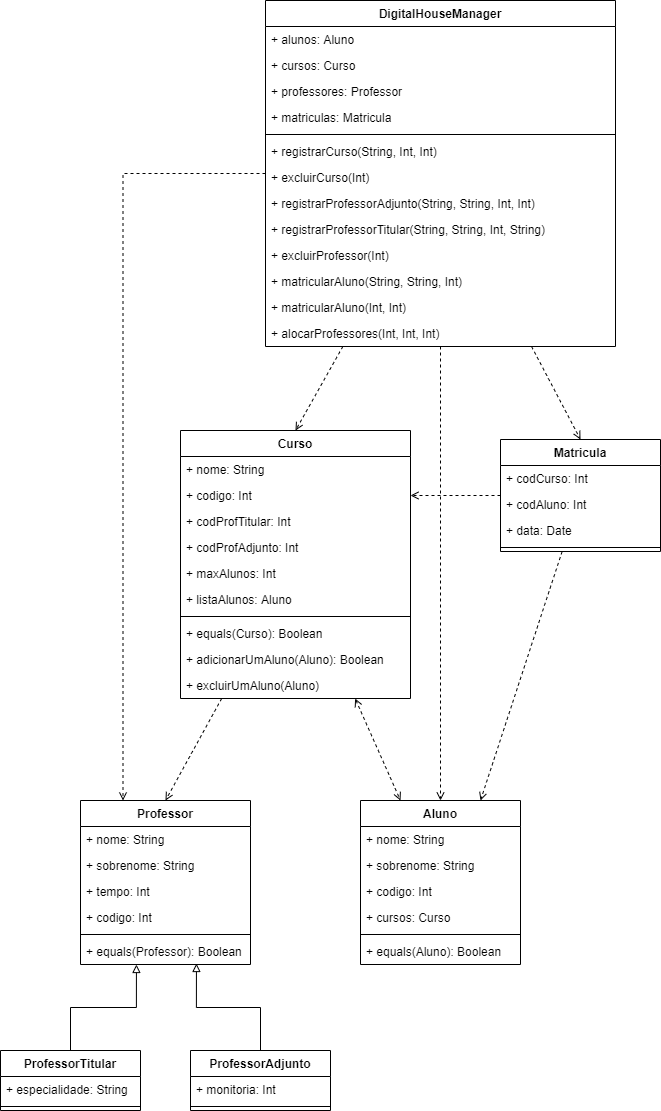
Before: 13 - Desafio Kotlin/Diagrama/diagrama.png, a diagram exported from draw.io (costadaniel/digital-house). Source tidied: cells renumbered, new cells last; positions are measured from the earlier drawing's top-left corner, leaving out a move shared by most shapes.
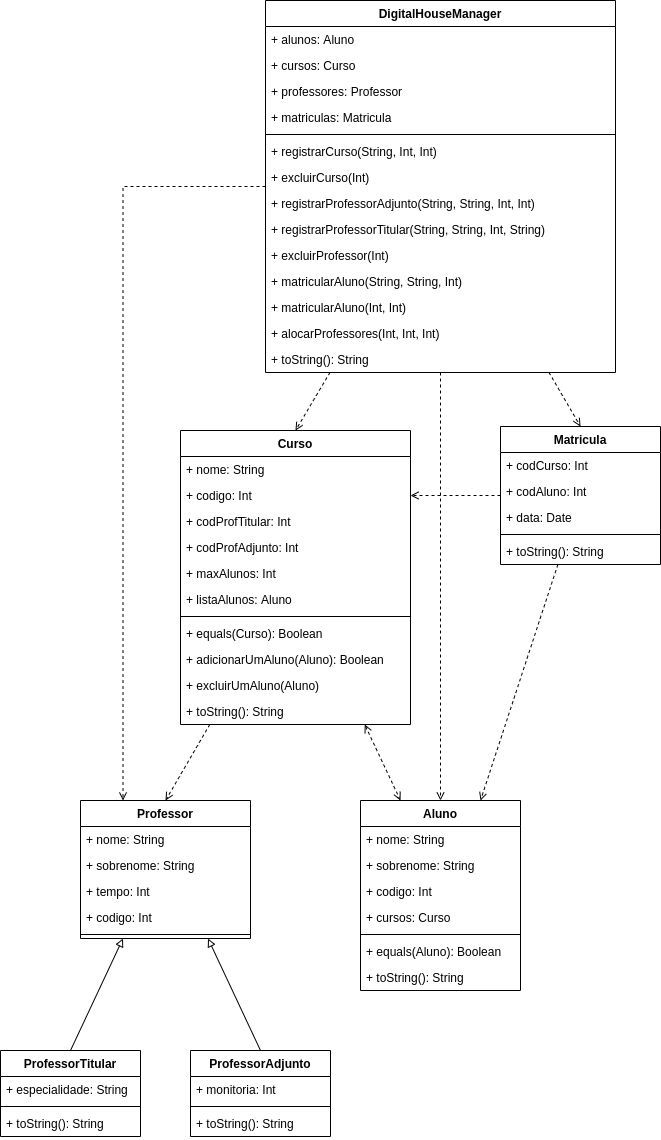
After the commit.

Commit message:
uml atualizado

What changed in the source:
```diff
@@ -2,18 +2,18 @@
   <root>
     <mxCell id="0" />
     <mxCell id="1" parent="0" />
-    <mxCell id="2" style="edgeStyle=orthogonalEdgeStyle;rounded=0;jettySize=auto;html=1;exitX=0.5;exitY=0;exitDx=0;exitDy=0;entryX=0.682;entryY=0.962;entryDx=0;entryDy=0;entryPerimeter=0;endArrow=block;endFill=0;" parent="1" edge="1" source="59" target="48">
-      <mxGeometry relative="1" as="geometry" />
-    </mxCell>
+    <mxCell id="62" style="rounded=0;jettySize=auto;html=1;exitX=0.5;exitY=0;exitDx=0;exitDy=0;entryX=0.75;entryY=1;entryDx=0;entryDy=0;endArrow=block;endFill=0;" parent="1" edge="1" source="59" target="42">
+      <mxGeometry relative="1" as="geometry" />
+    </mxCell>
     <mxCell id="3" style="rounded=0;jettySize=auto;html=1;entryX=0.5;entryY=0;entryDx=0;entryDy=0;endArrow=open;endFill=0;dashed=1;" parent="1" edge="1" source="12" target="42">
       <mxGeometry relative="1" as="geometry" />
     </mxCell>
     <mxCell id="4" style="edgeStyle=none;rounded=0;jettySize=auto;html=1;entryX=0.25;entryY=0;entryDx=0;entryDy=0;dashed=1;endArrow=open;endFill=0;startArrow=open;startFill=0;" parent="1" edge="1" source="12" target="49">
       <mxGeometry relative="1" as="geometry" />
     </mxCell>
-    <mxCell id="5" style="edgeStyle=orthogonalEdgeStyle;rounded=0;jettySize=auto;html=1;exitX=0.5;exitY=0;exitDx=0;exitDy=0;entryX=0.329;entryY=1;entryDx=0;entryDy=0;entryPerimeter=0;endArrow=block;endFill=0;" parent="1" edge="1" source="56" target="48">
-      <mxGeometry relative="1" as="geometry" />
-    </mxCell>
+    <mxCell id="63" style="rounded=0;jettySize=auto;html=1;exitX=0.5;exitY=0;exitDx=0;exitDy=0;entryX=0.25;entryY=1;entryDx=0;entryDy=0;endArrow=block;endFill=0;" parent="1" edge="1" source="56" target="42">
+      <mxGeometry relative="1" as="geometry" />
+    </mxCell>
     <mxCell id="6" style="edgeStyle=none;rounded=0;jettySize=auto;html=1;entryX=0.5;entryY=0;entryDx=0;entryDy=0;dashed=1;endArrow=open;endFill=0;" parent="1" edge="1" source="28" target="23">
       <mxGeometry relative="1" as="geometry" />
     </mxCell>
@@ -33,7 +33,7 @@
       <mxGeometry relative="1" as="geometry" />
     </mxCell>
     <mxCell id="12" value="Curso" style="swimlane;fontStyle=1;align=center;verticalAlign=top;horizontal=1;startSize=26;" parent="1" vertex="1">
-      <mxGeometry x="180" y="430" width="230" height="268" as="geometry" />
+      <mxGeometry x="180" y="430" width="230" height="294" as="geometry" />
     </mxCell>
     <mxCell id="13" value="+ nome: String" style="text;strokeColor=none;fillColor=none;align=left;verticalAlign=top;spacingLeft=4;spacingRight=4;overflow=hidden;" parent="12" vertex="1">
       <mxGeometry y="26" width="230" height="26" as="geometry" />
@@ -65,23 +65,11 @@
     <mxCell id="22" value="+ excluirUmAluno(Aluno)" style="text;strokeColor=none;fillColor=none;align=left;verticalAlign=top;spacingLeft=4;spacingRight=4;overflow=hidden;" parent="12" vertex="1">
       <mxGeometry y="242" width="230" height="26" as="geometry" />
     </mxCell>
-    <mxCell id="23" value="Matricula" style="swimlane;fontStyle=1;align=center;verticalAlign=top;horizontal=1;startSize=26;" parent="1" vertex="1">
-      <mxGeometry x="500" y="439" width="160" height="112" as="geometry" />
-    </mxCell>
-    <mxCell id="24" value="+ codCurso: Int" style="text;strokeColor=none;fillColor=none;align=left;verticalAlign=top;spacingLeft=4;spacingRight=4;overflow=hidden;" parent="23" vertex="1">
-      <mxGeometry y="26" width="160" height="26" as="geometry" />
-    </mxCell>
-    <mxCell id="25" value="+ codAluno: Int" style="text;strokeColor=none;fillColor=none;align=left;verticalAlign=top;spacingLeft=4;spacingRight=4;overflow=hidden;" parent="23" vertex="1">
-      <mxGeometry y="52" width="160" height="26" as="geometry" />
-    </mxCell>
-    <mxCell id="26" value="+ data: Date" style="text;strokeColor=none;fillColor=none;align=left;verticalAlign=top;spacingLeft=4;spacingRight=4;overflow=hidden;" parent="23" vertex="1">
-      <mxGeometry y="78" width="160" height="26" as="geometry" />
-    </mxCell>
-    <mxCell id="27" style="line;strokeWidth=1;fillColor=none;align=left;verticalAlign=middle;spacingTop=-1;spacingLeft=3;spacingRight=3;labelPosition=right;" parent="23" vertex="1">
-      <mxGeometry y="104" width="160" height="8" as="geometry" />
-    </mxCell>
+    <mxCell id="64" value="+ toString(): String" style="text;strokeColor=none;fillColor=none;align=left;verticalAlign=top;spacingLeft=4;spacingRight=4;overflow=hidden;" parent="12" vertex="1">
+      <mxGeometry y="268" width="230" height="26" as="geometry" />
+    </mxCell>
     <mxCell id="28" value="DigitalHouseManager" style="swimlane;fontStyle=1;align=center;verticalAlign=top;horizontal=1;startSize=26;" parent="1" vertex="1">
-      <mxGeometry x="265" width="350" height="346" as="geometry" />
+      <mxGeometry x="265" width="350" height="372" as="geometry" />
     </mxCell>
     <mxCell id="29" value="+ alunos: Aluno" style="text;strokeColor=none;fillColor=none;align=left;verticalAlign=top;spacingLeft=4;spacingRight=4;overflow=hidden;" parent="28" vertex="1">
       <mxGeometry y="26" width="350" height="26" as="geometry" />
@@ -122,8 +110,11 @@
     <mxCell id="41" value="+ alocarProfessores(Int, Int, Int)" style="text;strokeColor=none;fillColor=none;align=left;verticalAlign=top;spacingLeft=4;spacingRight=4;overflow=hidden;" parent="28" vertex="1">
       <mxGeometry y="320" width="350" height="26" as="geometry" />
     </mxCell>
+    <mxCell id="65" value="+ toString(): String" style="text;strokeColor=none;fillColor=none;align=left;verticalAlign=top;spacingLeft=4;spacingRight=4;overflow=hidden;" parent="28" vertex="1">
+      <mxGeometry y="346" width="350" height="26" as="geometry" />
+    </mxCell>
     <mxCell id="42" value="Professor" style="swimlane;fontStyle=1;align=center;verticalAlign=top;horizontal=1;startSize=26;" parent="1" vertex="1">
-      <mxGeometry x="80" y="800" width="170" height="164" as="geometry" />
+      <mxGeometry x="80" y="800" width="170" height="138" as="geometry" />
     </mxCell>
     <mxCell id="43" value="+ nome: String" style="text;strokeColor=none;fillColor=none;align=left;verticalAlign=top;spacingLeft=4;spacingRight=4;overflow=hidden;" parent="42" vertex="1">
       <mxGeometry y="26" width="170" height="26" as="geometry" />
@@ -140,11 +131,8 @@
     <mxCell id="47" style="line;strokeWidth=1;fillColor=none;align=left;verticalAlign=middle;spacingTop=-1;spacingLeft=3;spacingRight=3;labelPosition=right;" parent="42" vertex="1">
       <mxGeometry y="130" width="170" height="8" as="geometry" />
     </mxCell>
-    <mxCell id="48" value="+ equals(Professor): Boolean" style="text;strokeColor=none;fillColor=none;align=left;verticalAlign=top;spacingLeft=4;spacingRight=4;overflow=hidden;points=[[0,0.5],[1,0.5]];portConstraint=eastwest;" parent="42" vertex="1">
-      <mxGeometry y="138" width="170" height="26" as="geometry" />
-    </mxCell>
     <mxCell id="49" value="Aluno" style="swimlane;fontStyle=1;align=center;verticalAlign=top;horizontal=1;startSize=26;" parent="1" vertex="1">
-      <mxGeometry x="360" y="800" width="160" height="164" as="geometry" />
+      <mxGeometry x="360" y="800" width="160" height="190" as="geometry" />
     </mxCell>
     <mxCell id="50" value="+ nome: String" style="text;strokeColor=none;fillColor=none;align=left;verticalAlign=top;spacingLeft=4;spacingRight=4;overflow=hidden;" parent="49" vertex="1">
       <mxGeometry y="26" width="160" height="26" as="geometry" />
@@ -164,23 +152,50 @@
     <mxCell id="55" value="+ equals(Aluno): Boolean" style="text;strokeColor=none;fillColor=none;align=left;verticalAlign=top;spacingLeft=4;spacingRight=4;overflow=hidden;" parent="49" vertex="1">
       <mxGeometry y="138" width="160" height="26" as="geometry" />
     </mxCell>
+    <mxCell id="66" value="+ toString(): String" style="text;strokeColor=none;fillColor=none;align=left;verticalAlign=top;spacingLeft=4;spacingRight=4;overflow=hidden;" parent="49" vertex="1">
+      <mxGeometry y="164" width="160" height="26" as="geometry" />
+    </mxCell>
     <mxCell id="56" value="ProfessorTitular" style="swimlane;fontStyle=1;align=center;verticalAlign=top;horizontal=1;startSize=26;" parent="1" vertex="1">
-      <mxGeometry y="1050" width="140" height="60" as="geometry" />
+      <mxGeometry y="1050" width="140" height="86" as="geometry" />
     </mxCell>
     <mxCell id="57" value="+ especialidade: String" style="text;strokeColor=none;fillColor=none;align=left;verticalAlign=top;spacingLeft=4;spacingRight=4;overflow=hidden;" parent="56" vertex="1">
       <mxGeometry y="26" width="140" height="26" as="geometry" />
     </mxCell>
-    <mxCell id="58" style="line;strokeWidth=1;fillColor=none;align=left;verticalAlign=middle;spacingTop=-1;spacingLeft=3;spacingRight=3;labelPosition=right;" parent="56" vertex="1">
-      <mxGeometry y="52" width="140" height="8" as="geometry" />
-    </mxCell>
+    <mxCell id="67" style="line;strokeWidth=1;fillColor=none;align=left;verticalAlign=middle;spacingTop=-1;spacingLeft=3;spacingRight=3;labelPosition=right;" parent="56" vertex="1">
+      <mxGeometry y="52" width="140" height="8" as="geometry" />
+    </mxCell>
+    <mxCell id="68" value="+ toString(): String" style="text;strokeColor=none;fillColor=none;align=left;verticalAlign=top;spacingLeft=4;spacingRight=4;overflow=hidden;" parent="56" vertex="1">
+      <mxGeometry y="60" width="140" height="26" as="geometry" />
+    </mxCell>
     <mxCell id="59" value="ProfessorAdjunto" style="swimlane;fontStyle=1;align=center;verticalAlign=top;horizontal=1;startSize=26;" parent="1" vertex="1">
-      <mxGeometry x="190" y="1050" width="140" height="60" as="geometry" />
+      <mxGeometry x="190" y="1050" width="140" height="86" as="geometry" />
     </mxCell>
     <mxCell id="60" value="+ monitoria: Int" style="text;strokeColor=none;fillColor=none;align=left;verticalAlign=top;spacingLeft=4;spacingRight=4;overflow=hidden;" parent="59" vertex="1">
       <mxGeometry y="26" width="140" height="26" as="geometry" />
     </mxCell>
-    <mxCell id="61" style="line;strokeWidth=1;fillColor=none;align=left;verticalAlign=middle;spacingTop=-1;spacingLeft=3;spacingRight=3;labelPosition=right;" parent="59" vertex="1">
-      <mxGeometry y="52" width="140" height="8" as="geometry" />
-    </mxCell>
+    <mxCell id="69" style="line;strokeWidth=1;fillColor=none;align=left;verticalAlign=middle;spacingTop=-1;spacingLeft=3;spacingRight=3;labelPosition=right;" parent="59" vertex="1">
+      <mxGeometry y="52" width="140" height="8" as="geometry" />
+    </mxCell>
+    <mxCell id="70" value="+ toString(): String" style="text;strokeColor=none;fillColor=none;align=left;verticalAlign=top;spacingLeft=4;spacingRight=4;overflow=hidden;" parent="59" vertex="1">
+      <mxGeometry y="60" width="140" height="26" as="geometry" />
+    </mxCell>
+    <mxCell id="23" value="Matricula" style="swimlane;fontStyle=1;align=center;verticalAlign=top;horizontal=1;startSize=26;" parent="1" vertex="1">
+      <mxGeometry x="500" y="426" width="160" height="138" as="geometry" />
+    </mxCell>
+    <mxCell id="24" value="+ codCurso: Int" style="text;strokeColor=none;fillColor=none;align=left;verticalAlign=top;spacingLeft=4;spacingRight=4;overflow=hidden;" parent="23" vertex="1">
+      <mxGeometry y="26" width="160" height="26" as="geometry" />
+    </mxCell>
+    <mxCell id="25" value="+ codAluno: Int" style="text;strokeColor=none;fillColor=none;align=left;verticalAlign=top;spacingLeft=4;spacingRight=4;overflow=hidden;" parent="23" vertex="1">
+      <mxGeometry y="52" width="160" height="26" as="geometry" />
+    </mxCell>
+    <mxCell id="26" value="+ data: Date" style="text;strokeColor=none;fillColor=none;align=left;verticalAlign=top;spacingLeft=4;spacingRight=4;overflow=hidden;" parent="23" vertex="1">
+      <mxGeometry y="78" width="160" height="26" as="geometry" />
+    </mxCell>
+    <mxCell id="27" style="line;strokeWidth=1;fillColor=none;align=left;verticalAlign=middle;spacingTop=-1;spacingLeft=3;spacingRight=3;labelPosition=right;" parent="23" vertex="1">
+      <mxGeometry y="104" width="160" height="8" as="geometry" />
+    </mxCell>
+    <mxCell id="71" value="+ toString(): String" style="text;strokeColor=none;fillColor=none;align=left;verticalAlign=top;spacingLeft=4;spacingRight=4;overflow=hidden;" parent="23" vertex="1">
+      <mxGeometry y="112" width="160" height="26" as="geometry" />
+    </mxCell>
   </root>
 </mxGraphModel>
```
